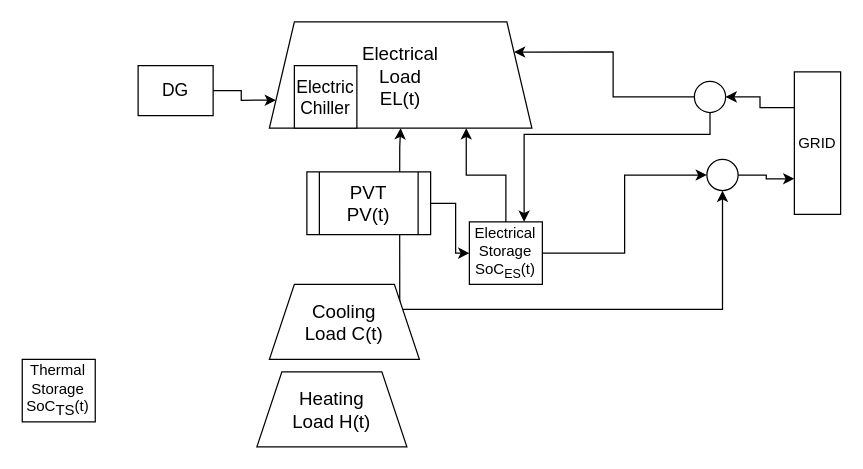
Before: SA_T.drawio in neethumaya/RoughWork, a draw.io diagram. Source tidied: cells renumbered, new cells numbered last; positions are measured from the earlier drawing's top-left corner, leaving out a move shared by most shapes. Both pictures are drawn from the tidied source at 125%, with x=0, y=0 at pixel (21, 21).
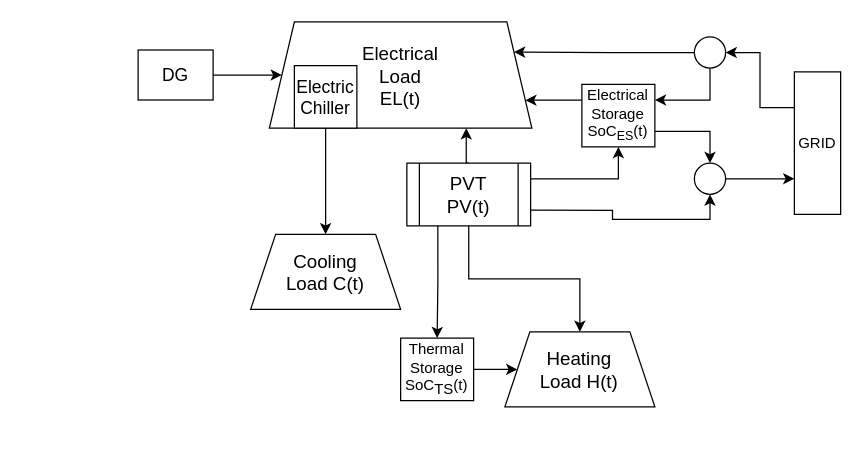
The same diagram, later.

Unchanged cells that the change refers to:
```xml
<mxCell id="8" value="Electrical &lt;br&gt;Load&lt;br&gt;EL(t)" style="shape=trapezoid;perimeter=trapezoidPerimeter;whiteSpace=wrap;html=1;fixedSize=1;fontSize=15;" parent="1" vertex="1">
  <mxGeometry x="198" width="210" height="85" as="geometry" />
</mxCell>
<mxCell id="9" value="Electric&lt;br&gt;Chiller" style="whiteSpace=wrap;html=1;fontSize=14;" parent="1" vertex="1">
  <mxGeometry x="218" y="35" width="50" height="50" as="geometry" />
</mxCell>
```

Diff of the diagram source:
```diff
@@
-    <mxCell id="2" style="edgeStyle=orthogonalEdgeStyle;rounded=0;jettySize=auto;html=1;exitX=1;exitY=0.5;exitDx=0;exitDy=0;entryX=0;entryY=0.5;entryDx=0;entryDy=0;" parent="1" edge="1" source="5" target="20">
-      <mxGeometry relative="1" as="geometry" />
-    </mxCell>
-    <mxCell id="3" style="edgeStyle=orthogonalEdgeStyle;rounded=0;jettySize=auto;html=1;exitX=0.75;exitY=0;exitDx=0;exitDy=0;" parent="1" edge="1" source="5" target="8">
+    <mxCell id="3" style="edgeStyle=orthogonalEdgeStyle;rounded=0;jettySize=auto;html=1;exitX=0.5;exitY=0;exitDx=0;exitDy=0;entryX=0.75;entryY=1;entryDx=0;entryDy=0;" parent="1" edge="1" source="5" target="8">
       <mxGeometry relative="1" as="geometry" />
     </mxCell>
-    <mxCell id="4" style="edgeStyle=orthogonalEdgeStyle;rounded=0;jettySize=auto;html=1;exitX=0.75;exitY=1;exitDx=0;exitDy=0;entryX=0.5;entryY=1;entryDx=0;entryDy=0;" parent="1" edge="1" source="5" target="16">
-      <mxGeometry relative="1" as="geometry">
-        <Array as="points">
-          <mxPoint x="302" y="230" />
-          <mxPoint x="561" y="230" />
-        </Array>
-      </mxGeometry>
+    <mxCell id="4" style="edgeStyle=orthogonalEdgeStyle;rounded=0;jettySize=auto;html=1;exitX=1;exitY=0.75;exitDx=0;exitDy=0;entryX=0.5;entryY=1;entryDx=0;entryDy=0;" parent="1" edge="1" source="5" target="16">
+      <mxGeometry relative="1" as="geometry" />
     </mxCell>
+    <mxCell id="2" style="edgeStyle=orthogonalEdgeStyle;rounded=0;jettySize=auto;html=1;exitX=1;exitY=0.25;exitDx=0;exitDy=0;entryX=0.5;entryY=1;entryDx=0;entryDy=0;" parent="1" edge="1" source="5" target="20">
+      <mxGeometry relative="1" as="geometry" />
+    </mxCell>
+    <mxCell id="23" style="edgeStyle=orthogonalEdgeStyle;rounded=0;jettySize=auto;html=1;exitX=0.5;exitY=1;exitDx=0;exitDy=0;entryX=0.5;entryY=0;entryDx=0;entryDy=0;" parent="1" edge="1" source="5" target="21">
+      <mxGeometry relative="1" as="geometry" />
+    </mxCell>
+    <mxCell id="24" style="edgeStyle=orthogonalEdgeStyle;rounded=0;jettySize=auto;html=1;exitX=0.25;exitY=1;exitDx=0;exitDy=0;" parent="1" edge="1" source="5" target="18">
+      <mxGeometry relative="1" as="geometry" />
+    </mxCell>
     <mxCell id="5" value="PVT&lt;br&gt;PV(t)" style="shape=process;whiteSpace=wrap;html=1;backgroundOutline=1;fontSize=15;" parent="1" vertex="1">
-      <mxGeometry x="228" y="120" width="99" height="50.2" as="geometry" />
+      <mxGeometry x="308" y="113" width="99" height="50.2" as="geometry" />
     </mxCell>
-    <mxCell id="6" style="edgeStyle=orthogonalEdgeStyle;rounded=0;jettySize=auto;html=1;entryX=0;entryY=0.75;entryDx=0;entryDy=0;" parent="1" edge="1" source="7" target="8">
+    <mxCell id="6" style="edgeStyle=orthogonalEdgeStyle;rounded=0;jettySize=auto;html=1;entryX=0;entryY=0.5;entryDx=0;entryDy=0;" parent="1" edge="1" source="7" target="8">
       <mxGeometry relative="1" as="geometry" />
     </mxCell>
     <mxCell id="7" value="DG" style="rounded=0;whiteSpace=wrap;html=1;fontSize=14;" parent="1" vertex="1">
-      <mxGeometry x="93" y="35" width="60" height="40" as="geometry" />
+      <mxGeometry x="93" y="22.5" width="60" height="40" as="geometry" />
     </mxCell>
@@
+    <mxCell id="25" style="edgeStyle=orthogonalEdgeStyle;rounded=0;jettySize=auto;html=1;exitX=0.5;exitY=1;exitDx=0;exitDy=0;entryX=0.5;entryY=0;entryDx=0;entryDy=0;" parent="1" edge="1" source="9" target="17">
+      <mxGeometry relative="1" as="geometry" />
+    </mxCell>
@@
-    <mxCell id="13" style="edgeStyle=orthogonalEdgeStyle;rounded=0;jettySize=auto;html=1;exitX=0.5;exitY=1;exitDx=0;exitDy=0;entryX=0.75;entryY=0;entryDx=0;entryDy=0;" parent="1" edge="1" source="14" target="20">
-      <mxGeometry relative="1" as="geometry">
-        <Array as="points">
-          <mxPoint x="551" y="90" />
-          <mxPoint x="402" y="90" />
-        </Array>
-      </mxGeometry>
+    <mxCell id="13" style="edgeStyle=orthogonalEdgeStyle;rounded=0;jettySize=auto;html=1;exitX=0.5;exitY=1;exitDx=0;exitDy=0;entryX=1;entryY=0.25;entryDx=0;entryDy=0;" parent="1" edge="1" source="14" target="20">
+      <mxGeometry relative="1" as="geometry" />
     </mxCell>
     <mxCell id="14" style="ellipse;whiteSpace=wrap;html=1;" parent="1" vertex="1">
-      <mxGeometry x="538" y="47.5" width="25" height="25" as="geometry" />
+      <mxGeometry x="538" y="12" width="25" height="25" as="geometry" />
     </mxCell>
@@
     <mxCell id="16" style="ellipse;whiteSpace=wrap;html=1;" parent="1" vertex="1">
-      <mxGeometry x="548" y="110" width="25" height="25" as="geometry" />
+      <mxGeometry x="538" y="113" width="25" height="25" as="geometry" />
     </mxCell>
     <mxCell id="17" value="Cooling&lt;br&gt;Load C(t)" style="shape=trapezoid;perimeter=trapezoidPerimeter;whiteSpace=wrap;html=1;fixedSize=1;fontSize=15;" parent="1" vertex="1">
-      <mxGeometry x="198" y="210" width="120" height="60" as="geometry" />
+      <mxGeometry x="183" y="170" width="120" height="60" as="geometry" />
     </mxCell>
+    <mxCell id="26" style="edgeStyle=orthogonalEdgeStyle;rounded=0;jettySize=auto;html=1;" parent="1" edge="1" source="18" target="21">
+      <mxGeometry relative="1" as="geometry" />
+    </mxCell>
     <mxCell id="18" value="Thermal Storage&lt;br style=&quot;font-size: 12px;&quot;&gt;SoC&lt;sub style=&quot;font-size: 12px;&quot;&gt;TS&lt;/sub&gt;(t)" style="rounded=0;whiteSpace=wrap;html=1;fontSize=12;" parent="1" vertex="1">
-      <mxGeometry x="0.3" y="270" width="58.4" height="50" as="geometry" />
+      <mxGeometry x="303" y="253" width="58.4" height="50" as="geometry" />
     </mxCell>
-    <mxCell id="19" style="edgeStyle=orthogonalEdgeStyle;rounded=0;jettySize=auto;html=1;entryX=0.75;entryY=1;entryDx=0;entryDy=0;" parent="1" edge="1" source="20" target="8">
+    <mxCell id="19" style="edgeStyle=orthogonalEdgeStyle;rounded=0;jettySize=auto;html=1;exitX=0;exitY=0.25;exitDx=0;exitDy=0;entryX=1;entryY=0.75;entryDx=0;entryDy=0;" parent="1" edge="1" source="20" target="8">
       <mxGeometry relative="1" as="geometry" />
     </mxCell>
     <mxCell id="20" value="Electrical Storage&lt;br&gt;SoC&lt;sub&gt;ES&lt;/sub&gt;(t)" style="rounded=0;whiteSpace=wrap;html=1;" parent="1" vertex="1">
-      <mxGeometry x="358" y="160" width="58.4" height="50" as="geometry" />
+      <mxGeometry x="448" y="50" width="58.4" height="50" as="geometry" />
     </mxCell>
     <mxCell id="21" value="Heating&lt;br&gt;Load H(t)" style="shape=trapezoid;perimeter=trapezoidPerimeter;whiteSpace=wrap;html=1;fixedSize=1;fontSize=15;" parent="1" vertex="1">
-      <mxGeometry x="188" y="280" width="120" height="60" as="geometry" />
+      <mxGeometry x="386.4" y="248" width="120" height="60" as="geometry" />
     </mxCell>
-    <mxCell id="22" style="edgeStyle=orthogonalEdgeStyle;rounded=0;jettySize=auto;html=1;exitX=1;exitY=0.5;exitDx=0;exitDy=0;entryX=0;entryY=0.5;entryDx=0;entryDy=0;" parent="1" edge="1" source="20" target="16">
+    <mxCell id="22" style="edgeStyle=orthogonalEdgeStyle;rounded=0;jettySize=auto;html=1;exitX=1;exitY=0.75;exitDx=0;exitDy=0;entryX=0.5;entryY=0;entryDx=0;entryDy=0;" parent="1" edge="1" source="20" target="16">
       <mxGeometry relative="1" as="geometry" />
     </mxCell>
```
